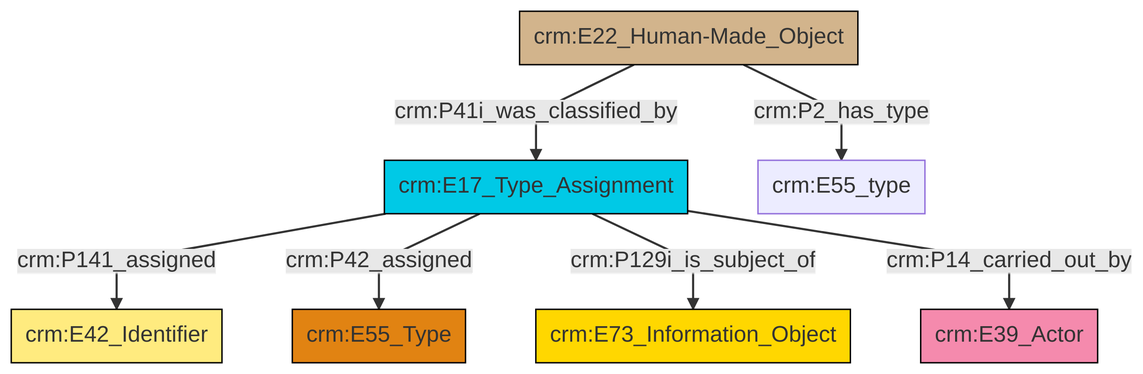
Above: et/builtWorkCSV/ttl/mmd/png/Built_Work_designation_status.png in swiss-art-research-net/reference-data-models (Mermaid), before the change. Its source is kept beside it as et/builtWorkCSV/ttl/mmd/Built_Work_designation_status.ttl.mmd.
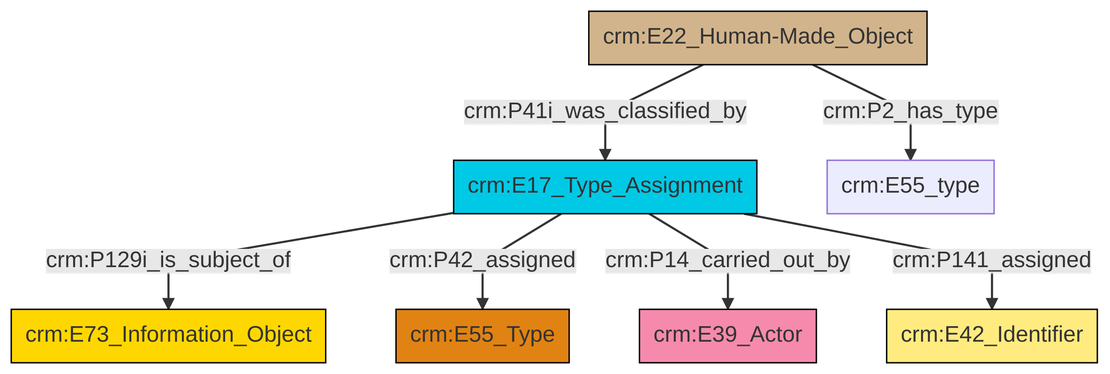
The same diagram one commit later.

What changed in the source:
```diff
@@ -13,9 +13,9 @@
 classDef PC_Classes fill:#4ce600, stroke:#000000;
 classDef Multi fill:#cccccc,stroke:#000000;
 
-0["crm:E22_Human-Made_Object"]:::Physical_Thing -->|crm:P41i_was_classified_by| 1["crm:E17_Type_Assignment"]:::Temporal_Entity
-1["crm:E17_Type_Assignment"]:::Temporal_Entity -->|crm:P141_assigned| 2["crm:E42_Identifier"]:::Appellation
-1["crm:E17_Type_Assignment"]:::Temporal_Entity -->|crm:P42_assigned| 3["crm:E55_Type"]:::Type
-1["crm:E17_Type_Assignment"]:::Temporal_Entity -->|crm:P129i_is_subject_of| 7["crm:E73_Information_Object"]:::Conceptual_Object
-1["crm:E17_Type_Assignment"]:::Temporal_Entity -->|crm:P14_carried_out_by| 10["crm:E39_Actor"]:::Actor
-0["crm:E22_Human-Made_Object"]:::Physical_Thing -->|crm:P2_has_type| 5["crm:E55_type"]:::Default
+2["crm:E17_Type_Assignment"]:::Temporal_Entity -->|crm:P129i_is_subject_of| 3["crm:E73_Information_Object"]:::Conceptual_Object
+2["crm:E17_Type_Assignment"]:::Temporal_Entity -->|crm:P42_assigned| 0["crm:E55_Type"]:::Type
+7["crm:E22_Human-Made_Object"]:::Physical_Thing -->|crm:P41i_was_classified_by| 2["crm:E17_Type_Assignment"]:::Temporal_Entity
+2["crm:E17_Type_Assignment"]:::Temporal_Entity -->|crm:P14_carried_out_by| 11["crm:E39_Actor"]:::Actor
+7["crm:E22_Human-Made_Object"]:::Physical_Thing -->|crm:P2_has_type| 9["crm:E55_type"]:::Default
+2["crm:E17_Type_Assignment"]:::Temporal_Entity -->|crm:P141_assigned| 5["crm:E42_Identifier"]:::Appellation
```
